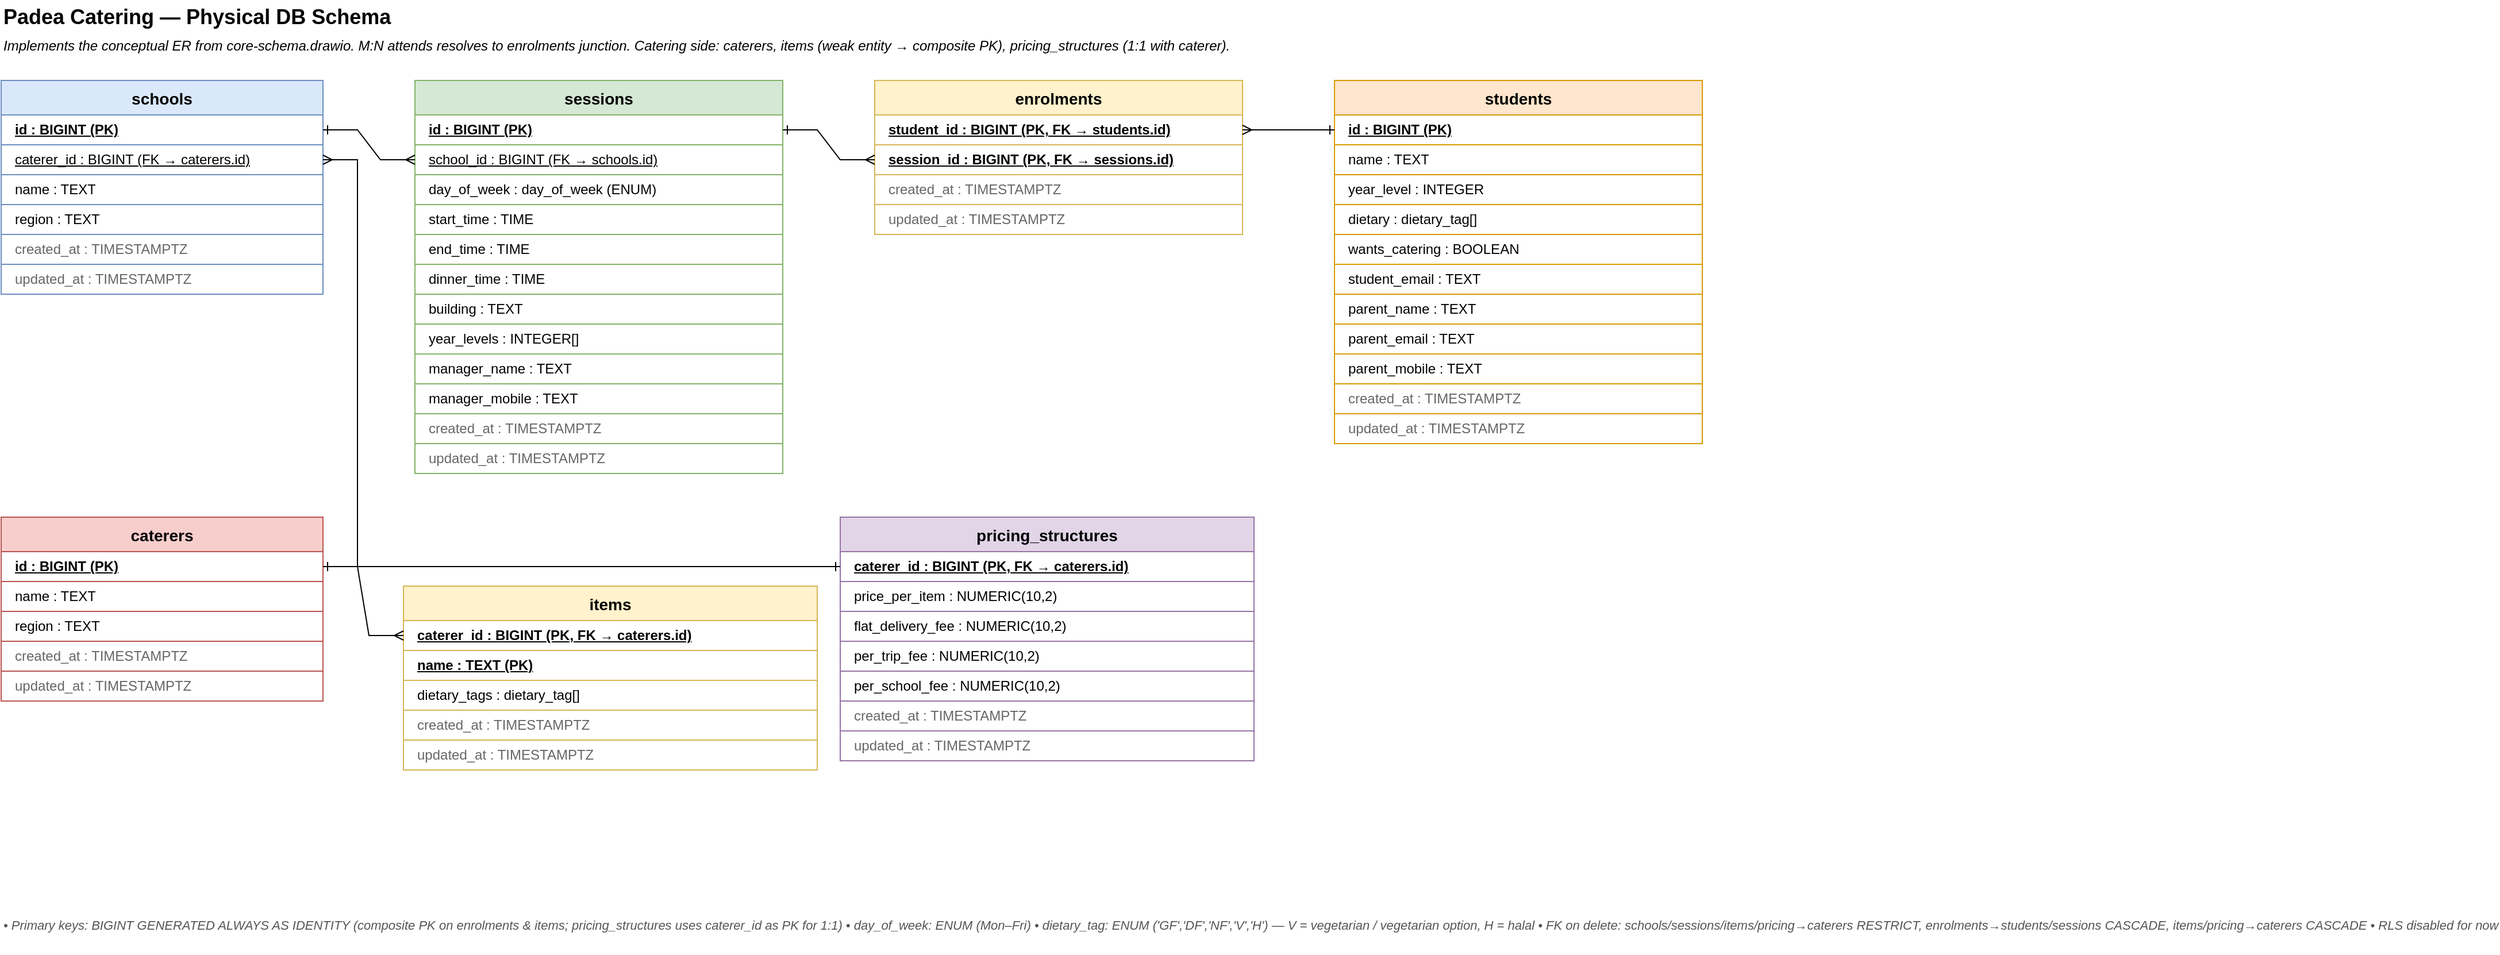
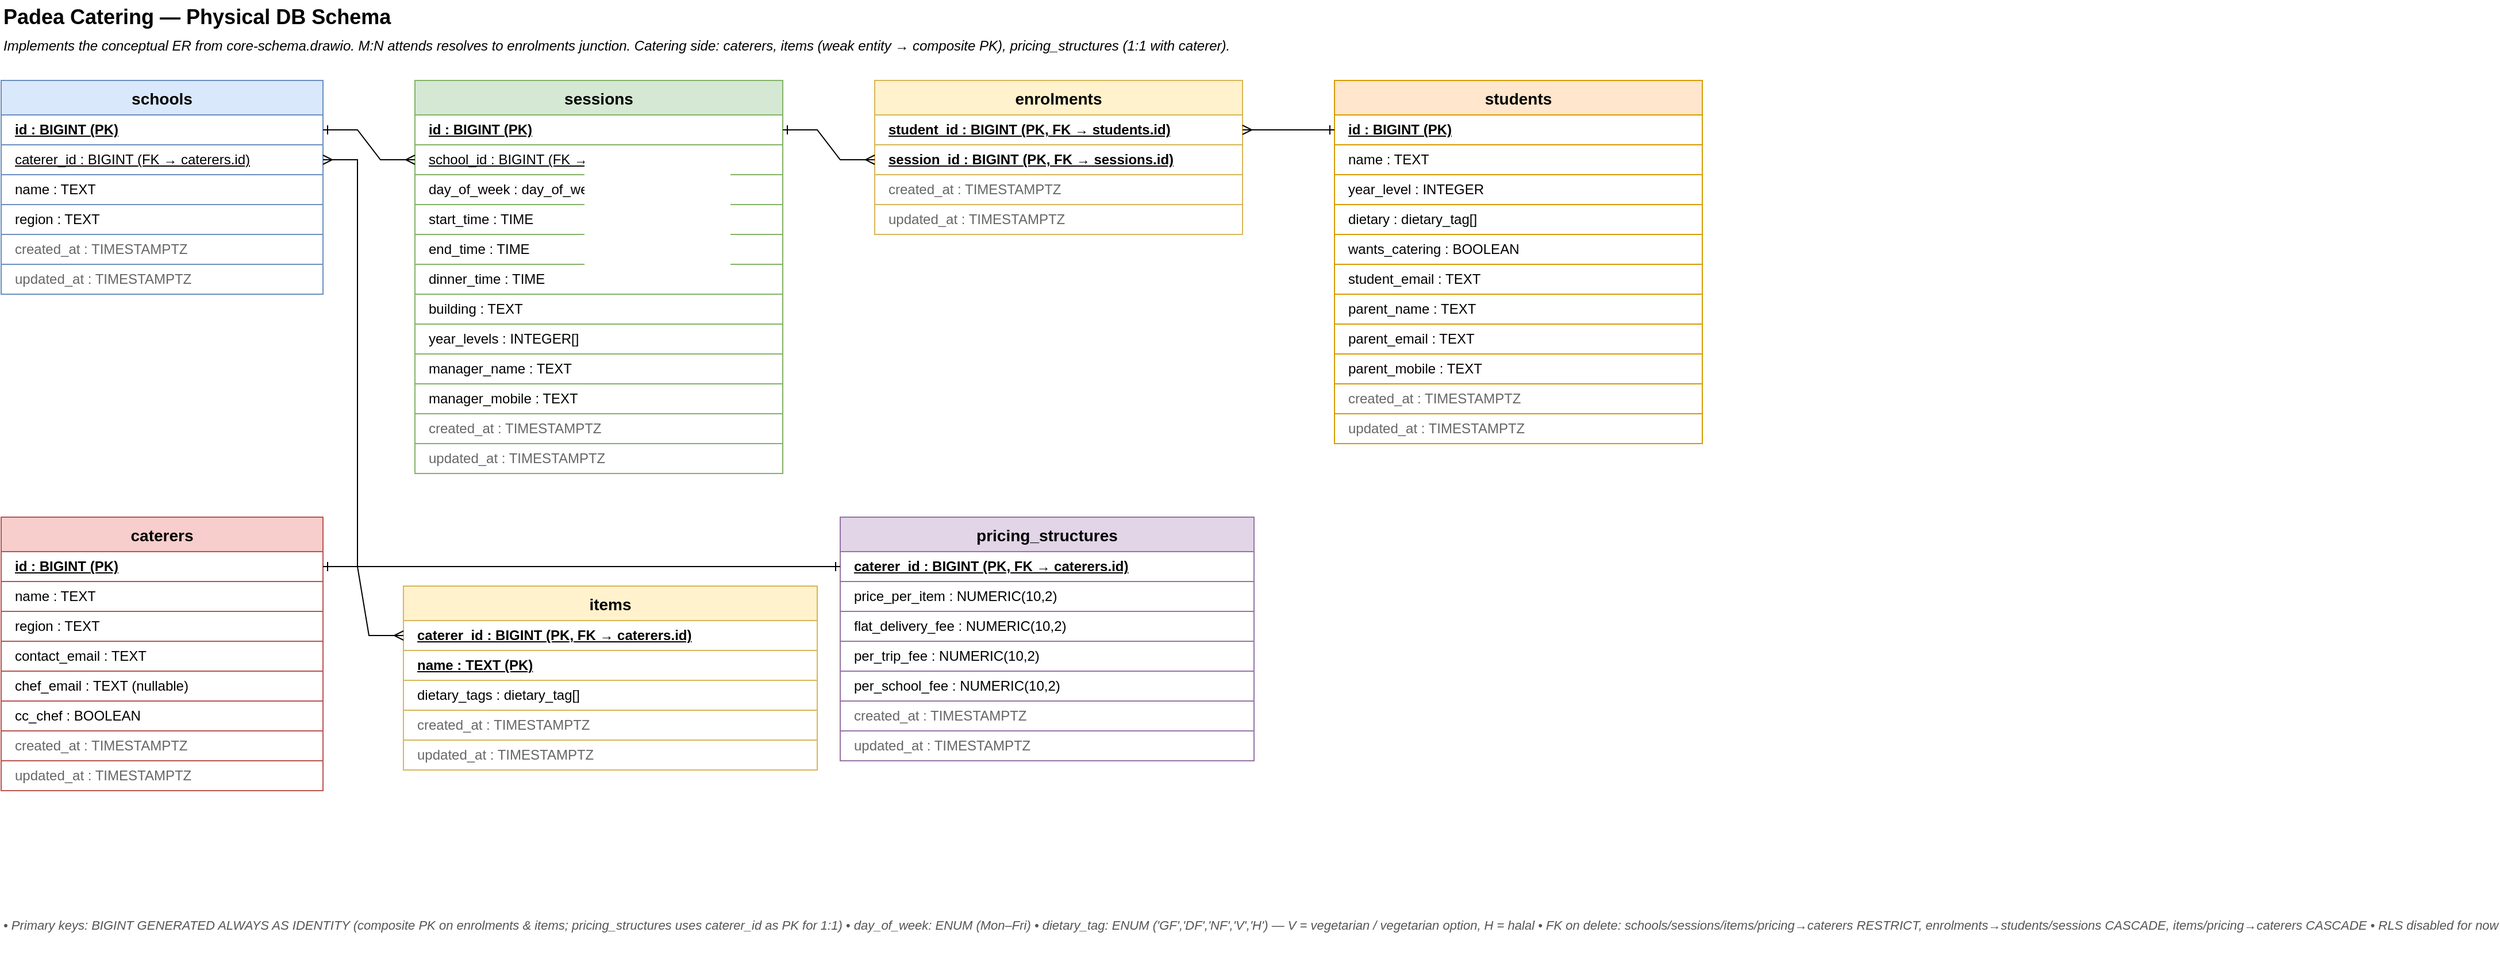
<mxfile host="65bd71144e">
    <diagram name="DB Schema" id="db-schema">
        <mxGraphModel dx="1240" dy="691" grid="1" gridSize="10" guides="1" tooltips="1" connect="1" arrows="1" fold="1" page="1" pageScale="1" pageWidth="1700" pageHeight="900" math="0" shadow="0">
            <root>
                <mxCell id="0"/>
                <mxCell id="1" parent="0"/>
                <mxCell id="title" value="Padea Catering — Physical DB Schema" style="text;html=1;align=left;verticalAlign=middle;fontSize=18;fontStyle=1;" parent="1" vertex="1">
                    <mxGeometry x="40" y="20" width="800" height="30" as="geometry"/>
                </mxCell>
                <mxCell id="subtitle" value="Implements the conceptual ER from core-schema.drawio. M:N attends resolves to enrolments junction. Catering side: caterers, items (weak entity → composite PK), pricing_structures (1:1 with caterer)." style="text;html=1;align=left;verticalAlign=middle;fontSize=12;fontStyle=2;" parent="1" vertex="1">
                    <mxGeometry x="40" y="50" width="1500" height="20" as="geometry"/>
                </mxCell>
                <mxCell id="schools" value="schools" style="shape=table;startSize=30;container=1;collapsible=0;childLayout=tableLayout;fontSize=14;fontStyle=1;fillColor=#dae8fc;strokeColor=#6c8ebf;" parent="1" vertex="1">
                    <mxGeometry x="40" y="90" width="280" height="186" as="geometry"/>
                </mxCell>
                <mxCell id="schools-r1" value="" style="shape=tableRow;horizontal=0;startSize=0;swimlaneHead=0;swimlaneBody=0;strokeColor=inherit;top=0;left=0;bottom=0;right=0;collapsible=0;dropTarget=0;fillColor=none;points=[[0,0.5],[1,0.5]];portConstraint=eastwest;fontSize=12;" parent="schools" vertex="1">
                    <mxGeometry y="30" width="280" height="26" as="geometry"/>
                </mxCell>
                <mxCell id="schools-r1-c" value="id : BIGINT  (PK)" style="shape=partialRectangle;html=1;whiteSpace=wrap;connectable=0;strokeColor=inherit;overflow=hidden;fillColor=none;top=0;left=0;bottom=0;right=0;pointerEvents=1;fontStyle=5;align=left;spacingLeft=10;" parent="schools-r1" vertex="1">
                    <mxGeometry width="280" height="26" as="geometry"/>
                </mxCell>
                <mxCell id="schools-r-cat" value="" style="shape=tableRow;horizontal=0;startSize=0;swimlaneHead=0;swimlaneBody=0;strokeColor=inherit;top=0;left=0;bottom=0;right=0;collapsible=0;dropTarget=0;fillColor=none;points=[[0,0.5],[1,0.5]];portConstraint=eastwest;fontSize=12;" parent="schools" vertex="1">
                    <mxGeometry y="56" width="280" height="26" as="geometry"/>
                </mxCell>
                <mxCell id="schools-r-cat-c" value="caterer_id : BIGINT  (FK → caterers.id)" style="shape=partialRectangle;html=1;whiteSpace=wrap;connectable=0;strokeColor=inherit;overflow=hidden;fillColor=none;top=0;left=0;bottom=0;right=0;pointerEvents=1;fontStyle=4;align=left;spacingLeft=10;" parent="schools-r-cat" vertex="1">
                    <mxGeometry width="280" height="26" as="geometry"/>
                </mxCell>
                <mxCell id="schools-r2" value="" style="shape=tableRow;horizontal=0;startSize=0;swimlaneHead=0;swimlaneBody=0;strokeColor=inherit;top=0;left=0;bottom=0;right=0;collapsible=0;dropTarget=0;fillColor=none;points=[[0,0.5],[1,0.5]];portConstraint=eastwest;fontSize=12;" parent="schools" vertex="1">
                    <mxGeometry y="82" width="280" height="26" as="geometry"/>
                </mxCell>
                <mxCell id="schools-r2-c" value="name : TEXT" style="shape=partialRectangle;html=1;whiteSpace=wrap;connectable=0;strokeColor=inherit;overflow=hidden;fillColor=none;top=0;left=0;bottom=0;right=0;pointerEvents=1;align=left;spacingLeft=10;" parent="schools-r2" vertex="1">
                    <mxGeometry width="280" height="26" as="geometry"/>
                </mxCell>
                <mxCell id="schools-r3" value="" style="shape=tableRow;horizontal=0;startSize=0;swimlaneHead=0;swimlaneBody=0;strokeColor=inherit;top=0;left=0;bottom=0;right=0;collapsible=0;dropTarget=0;fillColor=none;points=[[0,0.5],[1,0.5]];portConstraint=eastwest;fontSize=12;" parent="schools" vertex="1">
                    <mxGeometry y="108" width="280" height="26" as="geometry"/>
                </mxCell>
                <mxCell id="schools-r3-c" value="region : TEXT" style="shape=partialRectangle;html=1;whiteSpace=wrap;connectable=0;strokeColor=inherit;overflow=hidden;fillColor=none;top=0;left=0;bottom=0;right=0;pointerEvents=1;align=left;spacingLeft=10;" parent="schools-r3" vertex="1">
                    <mxGeometry width="280" height="26" as="geometry"/>
                </mxCell>
                <mxCell id="schools-r4" value="" style="shape=tableRow;horizontal=0;startSize=0;swimlaneHead=0;swimlaneBody=0;strokeColor=inherit;top=0;left=0;bottom=0;right=0;collapsible=0;dropTarget=0;fillColor=none;points=[[0,0.5],[1,0.5]];portConstraint=eastwest;fontSize=12;" parent="schools" vertex="1">
                    <mxGeometry y="134" width="280" height="26" as="geometry"/>
                </mxCell>
                <mxCell id="schools-r4-c" value="created_at : TIMESTAMPTZ" style="shape=partialRectangle;html=1;whiteSpace=wrap;connectable=0;strokeColor=inherit;overflow=hidden;fillColor=none;top=0;left=0;bottom=0;right=0;pointerEvents=1;align=left;spacingLeft=10;fontColor=#666666;" parent="schools-r4" vertex="1">
                    <mxGeometry width="280" height="26" as="geometry"/>
                </mxCell>
                <mxCell id="schools-r5" value="" style="shape=tableRow;horizontal=0;startSize=0;swimlaneHead=0;swimlaneBody=0;strokeColor=inherit;top=0;left=0;bottom=0;right=0;collapsible=0;dropTarget=0;fillColor=none;points=[[0,0.5],[1,0.5]];portConstraint=eastwest;fontSize=12;" parent="schools" vertex="1">
                    <mxGeometry y="160" width="280" height="26" as="geometry"/>
                </mxCell>
                <mxCell id="schools-r5-c" value="updated_at : TIMESTAMPTZ" style="shape=partialRectangle;html=1;whiteSpace=wrap;connectable=0;strokeColor=inherit;overflow=hidden;fillColor=none;top=0;left=0;bottom=0;right=0;pointerEvents=1;align=left;spacingLeft=10;fontColor=#666666;" parent="schools-r5" vertex="1">
                    <mxGeometry width="280" height="26" as="geometry"/>
                </mxCell>
                <mxCell id="sessions" value="sessions" style="shape=table;startSize=30;container=1;collapsible=0;childLayout=tableLayout;fontSize=14;fontStyle=1;fillColor=#d5e8d4;strokeColor=#82b366;" parent="1" vertex="1">
                    <mxGeometry x="400" y="90" width="320" height="342" as="geometry"/>
                </mxCell>
                <mxCell id="sessions-r1" value="" style="shape=tableRow;horizontal=0;startSize=0;swimlaneHead=0;swimlaneBody=0;strokeColor=inherit;top=0;left=0;bottom=0;right=0;collapsible=0;dropTarget=0;fillColor=none;points=[[0,0.5],[1,0.5]];portConstraint=eastwest;fontSize=12;" parent="sessions" vertex="1">
                    <mxGeometry y="30" width="320" height="26" as="geometry"/>
                </mxCell>
                <mxCell id="sessions-r1-c" value="id : BIGINT  (PK)" style="shape=partialRectangle;html=1;whiteSpace=wrap;connectable=0;strokeColor=inherit;overflow=hidden;fillColor=none;top=0;left=0;bottom=0;right=0;pointerEvents=1;fontStyle=5;align=left;spacingLeft=10;" parent="sessions-r1" vertex="1">
                    <mxGeometry width="320" height="26" as="geometry"/>
                </mxCell>
                <mxCell id="sessions-r2" value="" style="shape=tableRow;horizontal=0;startSize=0;swimlaneHead=0;swimlaneBody=0;strokeColor=inherit;top=0;left=0;bottom=0;right=0;collapsible=0;dropTarget=0;fillColor=none;points=[[0,0.5],[1,0.5]];portConstraint=eastwest;fontSize=12;" parent="sessions" vertex="1">
                    <mxGeometry y="56" width="320" height="26" as="geometry"/>
                </mxCell>
                <mxCell id="sessions-r2-c" value="school_id : BIGINT  (FK → schools.id)" style="shape=partialRectangle;html=1;whiteSpace=wrap;connectable=0;strokeColor=inherit;overflow=hidden;fillColor=none;top=0;left=0;bottom=0;right=0;pointerEvents=1;fontStyle=4;align=left;spacingLeft=10;" parent="sessions-r2" vertex="1">
                    <mxGeometry width="320" height="26" as="geometry"/>
                </mxCell>
                <mxCell id="sessions-r3" value="" style="shape=tableRow;horizontal=0;startSize=0;swimlaneHead=0;swimlaneBody=0;strokeColor=inherit;top=0;left=0;bottom=0;right=0;collapsible=0;dropTarget=0;fillColor=none;points=[[0,0.5],[1,0.5]];portConstraint=eastwest;fontSize=12;" parent="sessions" vertex="1">
                    <mxGeometry y="82" width="320" height="26" as="geometry"/>
                </mxCell>
                <mxCell id="sessions-r3-c" value="day_of_week : day_of_week (ENUM)" style="shape=partialRectangle;html=1;whiteSpace=wrap;connectable=0;strokeColor=inherit;overflow=hidden;fillColor=none;top=0;left=0;bottom=0;right=0;pointerEvents=1;align=left;spacingLeft=10;" parent="sessions-r3" vertex="1">
                    <mxGeometry width="320" height="26" as="geometry"/>
                </mxCell>
                <mxCell id="sessions-r4" value="" style="shape=tableRow;horizontal=0;startSize=0;swimlaneHead=0;swimlaneBody=0;strokeColor=inherit;top=0;left=0;bottom=0;right=0;collapsible=0;dropTarget=0;fillColor=none;points=[[0,0.5],[1,0.5]];portConstraint=eastwest;fontSize=12;" parent="sessions" vertex="1">
                    <mxGeometry y="108" width="320" height="26" as="geometry"/>
                </mxCell>
                <mxCell id="sessions-r4-c" value="start_time : TIME" style="shape=partialRectangle;html=1;whiteSpace=wrap;connectable=0;strokeColor=inherit;overflow=hidden;fillColor=none;top=0;left=0;bottom=0;right=0;pointerEvents=1;align=left;spacingLeft=10;" parent="sessions-r4" vertex="1">
                    <mxGeometry width="320" height="26" as="geometry"/>
                </mxCell>
                <mxCell id="sessions-r5" value="" style="shape=tableRow;horizontal=0;startSize=0;swimlaneHead=0;swimlaneBody=0;strokeColor=inherit;top=0;left=0;bottom=0;right=0;collapsible=0;dropTarget=0;fillColor=none;points=[[0,0.5],[1,0.5]];portConstraint=eastwest;fontSize=12;" parent="sessions" vertex="1">
                    <mxGeometry y="134" width="320" height="26" as="geometry"/>
                </mxCell>
                <mxCell id="sessions-r5-c" value="end_time : TIME" style="shape=partialRectangle;html=1;whiteSpace=wrap;connectable=0;strokeColor=inherit;overflow=hidden;fillColor=none;top=0;left=0;bottom=0;right=0;pointerEvents=1;align=left;spacingLeft=10;" parent="sessions-r5" vertex="1">
                    <mxGeometry width="320" height="26" as="geometry"/>
                </mxCell>
                <mxCell id="sessions-r6" value="" style="shape=tableRow;horizontal=0;startSize=0;swimlaneHead=0;swimlaneBody=0;strokeColor=inherit;top=0;left=0;bottom=0;right=0;collapsible=0;dropTarget=0;fillColor=none;points=[[0,0.5],[1,0.5]];portConstraint=eastwest;fontSize=12;" parent="sessions" vertex="1">
                    <mxGeometry y="160" width="320" height="26" as="geometry"/>
                </mxCell>
                <mxCell id="sessions-r6-c" value="dinner_time : TIME" style="shape=partialRectangle;html=1;whiteSpace=wrap;connectable=0;strokeColor=inherit;overflow=hidden;fillColor=none;top=0;left=0;bottom=0;right=0;pointerEvents=1;align=left;spacingLeft=10;" parent="sessions-r6" vertex="1">
                    <mxGeometry width="320" height="26" as="geometry"/>
                </mxCell>
                <mxCell id="sessions-r7" value="" style="shape=tableRow;horizontal=0;startSize=0;swimlaneHead=0;swimlaneBody=0;strokeColor=inherit;top=0;left=0;bottom=0;right=0;collapsible=0;dropTarget=0;fillColor=none;points=[[0,0.5],[1,0.5]];portConstraint=eastwest;fontSize=12;" parent="sessions" vertex="1">
                    <mxGeometry y="186" width="320" height="26" as="geometry"/>
                </mxCell>
                <mxCell id="sessions-r7-c" value="building : TEXT" style="shape=partialRectangle;html=1;whiteSpace=wrap;connectable=0;strokeColor=inherit;overflow=hidden;fillColor=none;top=0;left=0;bottom=0;right=0;pointerEvents=1;align=left;spacingLeft=10;" parent="sessions-r7" vertex="1">
                    <mxGeometry width="320" height="26" as="geometry"/>
                </mxCell>
                <mxCell id="sessions-r8" value="" style="shape=tableRow;horizontal=0;startSize=0;swimlaneHead=0;swimlaneBody=0;strokeColor=inherit;top=0;left=0;bottom=0;right=0;collapsible=0;dropTarget=0;fillColor=none;points=[[0,0.5],[1,0.5]];portConstraint=eastwest;fontSize=12;" parent="sessions" vertex="1">
                    <mxGeometry y="212" width="320" height="26" as="geometry"/>
                </mxCell>
                <mxCell id="sessions-r8-c" value="year_levels : INTEGER[]" style="shape=partialRectangle;html=1;whiteSpace=wrap;connectable=0;strokeColor=inherit;overflow=hidden;fillColor=none;top=0;left=0;bottom=0;right=0;pointerEvents=1;align=left;spacingLeft=10;" parent="sessions-r8" vertex="1">
                    <mxGeometry width="320" height="26" as="geometry"/>
                </mxCell>
                <mxCell id="sessions-r9" value="" style="shape=tableRow;horizontal=0;startSize=0;swimlaneHead=0;swimlaneBody=0;strokeColor=inherit;top=0;left=0;bottom=0;right=0;collapsible=0;dropTarget=0;fillColor=none;points=[[0,0.5],[1,0.5]];portConstraint=eastwest;fontSize=12;" parent="sessions" vertex="1">
                    <mxGeometry y="238" width="320" height="26" as="geometry"/>
                </mxCell>
                <mxCell id="sessions-r9-c" value="manager_name : TEXT" style="shape=partialRectangle;html=1;whiteSpace=wrap;connectable=0;strokeColor=inherit;overflow=hidden;fillColor=none;top=0;left=0;bottom=0;right=0;pointerEvents=1;align=left;spacingLeft=10;" parent="sessions-r9" vertex="1">
                    <mxGeometry width="320" height="26" as="geometry"/>
                </mxCell>
                <mxCell id="sessions-r10" value="" style="shape=tableRow;horizontal=0;startSize=0;swimlaneHead=0;swimlaneBody=0;strokeColor=inherit;top=0;left=0;bottom=0;right=0;collapsible=0;dropTarget=0;fillColor=none;points=[[0,0.5],[1,0.5]];portConstraint=eastwest;fontSize=12;" parent="sessions" vertex="1">
                    <mxGeometry y="264" width="320" height="26" as="geometry"/>
                </mxCell>
                <mxCell id="sessions-r10-c" value="manager_mobile : TEXT" style="shape=partialRectangle;html=1;whiteSpace=wrap;connectable=0;strokeColor=inherit;overflow=hidden;fillColor=none;top=0;left=0;bottom=0;right=0;pointerEvents=1;align=left;spacingLeft=10;" parent="sessions-r10" vertex="1">
                    <mxGeometry width="320" height="26" as="geometry"/>
                </mxCell>
                <mxCell id="sessions-r11" value="" style="shape=tableRow;horizontal=0;startSize=0;swimlaneHead=0;swimlaneBody=0;strokeColor=inherit;top=0;left=0;bottom=0;right=0;collapsible=0;dropTarget=0;fillColor=none;points=[[0,0.5],[1,0.5]];portConstraint=eastwest;fontSize=12;" parent="sessions" vertex="1">
                    <mxGeometry y="290" width="320" height="26" as="geometry"/>
                </mxCell>
                <mxCell id="sessions-r11-c" value="created_at : TIMESTAMPTZ" style="shape=partialRectangle;html=1;whiteSpace=wrap;connectable=0;strokeColor=inherit;overflow=hidden;fillColor=none;top=0;left=0;bottom=0;right=0;pointerEvents=1;align=left;spacingLeft=10;fontColor=#666666;" parent="sessions-r11" vertex="1">
                    <mxGeometry width="320" height="26" as="geometry"/>
                </mxCell>
                <mxCell id="sessions-r12" value="" style="shape=tableRow;horizontal=0;startSize=0;swimlaneHead=0;swimlaneBody=0;strokeColor=inherit;top=0;left=0;bottom=0;right=0;collapsible=0;dropTarget=0;fillColor=none;points=[[0,0.5],[1,0.5]];portConstraint=eastwest;fontSize=12;" parent="sessions" vertex="1">
                    <mxGeometry y="316" width="320" height="26" as="geometry"/>
                </mxCell>
                <mxCell id="sessions-r12-c" value="updated_at : TIMESTAMPTZ" style="shape=partialRectangle;html=1;whiteSpace=wrap;connectable=0;strokeColor=inherit;overflow=hidden;fillColor=none;top=0;left=0;bottom=0;right=0;pointerEvents=1;align=left;spacingLeft=10;fontColor=#666666;" parent="sessions-r12" vertex="1">
                    <mxGeometry width="320" height="26" as="geometry"/>
                </mxCell>
                <mxCell id="enrolments" value="enrolments" style="shape=table;startSize=30;container=1;collapsible=0;childLayout=tableLayout;fontSize=14;fontStyle=1;fillColor=#fff2cc;strokeColor=#d6b656;" parent="1" vertex="1">
                    <mxGeometry x="800" y="90" width="320" height="134" as="geometry"/>
                </mxCell>
                <mxCell id="enrolments-r2" value="" style="shape=tableRow;horizontal=0;startSize=0;swimlaneHead=0;swimlaneBody=0;strokeColor=inherit;top=0;left=0;bottom=0;right=0;collapsible=0;dropTarget=0;fillColor=none;points=[[0,0.5],[1,0.5]];portConstraint=eastwest;fontSize=12;" parent="enrolments" vertex="1">
                    <mxGeometry y="30" width="320" height="26" as="geometry"/>
                </mxCell>
                <mxCell id="enrolments-r2-c" value="student_id : BIGINT  (PK, FK → students.id)" style="shape=partialRectangle;html=1;whiteSpace=wrap;connectable=0;strokeColor=inherit;overflow=hidden;fillColor=none;top=0;left=0;bottom=0;right=0;pointerEvents=1;fontStyle=5;align=left;spacingLeft=10;" parent="enrolments-r2" vertex="1">
                    <mxGeometry width="320" height="26" as="geometry"/>
                </mxCell>
                <mxCell id="enrolments-r3" value="" style="shape=tableRow;horizontal=0;startSize=0;swimlaneHead=0;swimlaneBody=0;strokeColor=inherit;top=0;left=0;bottom=0;right=0;collapsible=0;dropTarget=0;fillColor=none;points=[[0,0.5],[1,0.5]];portConstraint=eastwest;fontSize=12;" parent="enrolments" vertex="1">
                    <mxGeometry y="56" width="320" height="26" as="geometry"/>
                </mxCell>
                <mxCell id="enrolments-r3-c" value="session_id : BIGINT  (PK, FK → sessions.id)" style="shape=partialRectangle;html=1;whiteSpace=wrap;connectable=0;strokeColor=inherit;overflow=hidden;fillColor=none;top=0;left=0;bottom=0;right=0;pointerEvents=1;fontStyle=5;align=left;spacingLeft=10;" parent="enrolments-r3" vertex="1">
                    <mxGeometry width="320" height="26" as="geometry"/>
                </mxCell>
                <mxCell id="enrolments-r4" value="" style="shape=tableRow;horizontal=0;startSize=0;swimlaneHead=0;swimlaneBody=0;strokeColor=inherit;top=0;left=0;bottom=0;right=0;collapsible=0;dropTarget=0;fillColor=none;points=[[0,0.5],[1,0.5]];portConstraint=eastwest;fontSize=12;" parent="enrolments" vertex="1">
                    <mxGeometry y="82" width="320" height="26" as="geometry"/>
                </mxCell>
                <mxCell id="enrolments-r4-c" value="created_at : TIMESTAMPTZ" style="shape=partialRectangle;html=1;whiteSpace=wrap;connectable=0;strokeColor=inherit;overflow=hidden;fillColor=none;top=0;left=0;bottom=0;right=0;pointerEvents=1;align=left;spacingLeft=10;fontColor=#666666;" parent="enrolments-r4" vertex="1">
                    <mxGeometry width="320" height="26" as="geometry"/>
                </mxCell>
                <mxCell id="enrolments-r5" value="" style="shape=tableRow;horizontal=0;startSize=0;swimlaneHead=0;swimlaneBody=0;strokeColor=inherit;top=0;left=0;bottom=0;right=0;collapsible=0;dropTarget=0;fillColor=none;points=[[0,0.5],[1,0.5]];portConstraint=eastwest;fontSize=12;" parent="enrolments" vertex="1">
                    <mxGeometry y="108" width="320" height="26" as="geometry"/>
                </mxCell>
                <mxCell id="enrolments-r5-c" value="updated_at : TIMESTAMPTZ" style="shape=partialRectangle;html=1;whiteSpace=wrap;connectable=0;strokeColor=inherit;overflow=hidden;fillColor=none;top=0;left=0;bottom=0;right=0;pointerEvents=1;align=left;spacingLeft=10;fontColor=#666666;" parent="enrolments-r5" vertex="1">
                    <mxGeometry width="320" height="26" as="geometry"/>
                </mxCell>
                <mxCell id="students" value="students" style="shape=table;startSize=30;container=1;collapsible=0;childLayout=tableLayout;fontSize=14;fontStyle=1;fillColor=#ffe6cc;strokeColor=#d79b00;" parent="1" vertex="1">
                    <mxGeometry x="1200" y="90" width="320" height="316" as="geometry"/>
                </mxCell>
                <mxCell id="students-r1" value="" style="shape=tableRow;horizontal=0;startSize=0;swimlaneHead=0;swimlaneBody=0;strokeColor=inherit;top=0;left=0;bottom=0;right=0;collapsible=0;dropTarget=0;fillColor=none;points=[[0,0.5],[1,0.5]];portConstraint=eastwest;fontSize=12;" parent="students" vertex="1">
                    <mxGeometry y="30" width="320" height="26" as="geometry"/>
                </mxCell>
                <mxCell id="students-r1-c" value="id : BIGINT  (PK)" style="shape=partialRectangle;html=1;whiteSpace=wrap;connectable=0;strokeColor=inherit;overflow=hidden;fillColor=none;top=0;left=0;bottom=0;right=0;pointerEvents=1;fontStyle=5;align=left;spacingLeft=10;" parent="students-r1" vertex="1">
                    <mxGeometry width="320" height="26" as="geometry"/>
                </mxCell>
                <mxCell id="students-r2" value="" style="shape=tableRow;horizontal=0;startSize=0;swimlaneHead=0;swimlaneBody=0;strokeColor=inherit;top=0;left=0;bottom=0;right=0;collapsible=0;dropTarget=0;fillColor=none;points=[[0,0.5],[1,0.5]];portConstraint=eastwest;fontSize=12;" parent="students" vertex="1">
                    <mxGeometry y="56" width="320" height="26" as="geometry"/>
                </mxCell>
                <mxCell id="students-r2-c" value="name : TEXT" style="shape=partialRectangle;html=1;whiteSpace=wrap;connectable=0;strokeColor=inherit;overflow=hidden;fillColor=none;top=0;left=0;bottom=0;right=0;pointerEvents=1;align=left;spacingLeft=10;" parent="students-r2" vertex="1">
                    <mxGeometry width="320" height="26" as="geometry"/>
                </mxCell>
                <mxCell id="students-r3" value="" style="shape=tableRow;horizontal=0;startSize=0;swimlaneHead=0;swimlaneBody=0;strokeColor=inherit;top=0;left=0;bottom=0;right=0;collapsible=0;dropTarget=0;fillColor=none;points=[[0,0.5],[1,0.5]];portConstraint=eastwest;fontSize=12;" parent="students" vertex="1">
                    <mxGeometry y="82" width="320" height="26" as="geometry"/>
                </mxCell>
                <mxCell id="students-r3-c" value="year_level : INTEGER" style="shape=partialRectangle;html=1;whiteSpace=wrap;connectable=0;strokeColor=inherit;overflow=hidden;fillColor=none;top=0;left=0;bottom=0;right=0;pointerEvents=1;align=left;spacingLeft=10;" parent="students-r3" vertex="1">
                    <mxGeometry width="320" height="26" as="geometry"/>
                </mxCell>
                <mxCell id="students-r4" value="" style="shape=tableRow;horizontal=0;startSize=0;swimlaneHead=0;swimlaneBody=0;strokeColor=inherit;top=0;left=0;bottom=0;right=0;collapsible=0;dropTarget=0;fillColor=none;points=[[0,0.5],[1,0.5]];portConstraint=eastwest;fontSize=12;" parent="students" vertex="1">
                    <mxGeometry y="108" width="320" height="26" as="geometry"/>
                </mxCell>
                <mxCell id="students-r4-c" value="dietary : dietary_tag[]" style="shape=partialRectangle;html=1;whiteSpace=wrap;connectable=0;strokeColor=inherit;overflow=hidden;fillColor=none;top=0;left=0;bottom=0;right=0;pointerEvents=1;align=left;spacingLeft=10;" parent="students-r4" vertex="1">
                    <mxGeometry width="320" height="26" as="geometry"/>
                </mxCell>
                <mxCell id="students-r-wc" value="" style="shape=tableRow;horizontal=0;startSize=0;swimlaneHead=0;swimlaneBody=0;strokeColor=inherit;top=0;left=0;bottom=0;right=0;collapsible=0;dropTarget=0;fillColor=none;points=[[0,0.5],[1,0.5]];portConstraint=eastwest;fontSize=12;" parent="students" vertex="1">
                    <mxGeometry y="134" width="320" height="26" as="geometry"/>
                </mxCell>
                <mxCell id="students-r-wc-c" value="wants_catering : BOOLEAN" style="shape=partialRectangle;html=1;whiteSpace=wrap;connectable=0;strokeColor=inherit;overflow=hidden;fillColor=none;top=0;left=0;bottom=0;right=0;pointerEvents=1;align=left;spacingLeft=10;" parent="students-r-wc" vertex="1">
                    <mxGeometry width="320" height="26" as="geometry"/>
                </mxCell>
                <mxCell id="students-r5" value="" style="shape=tableRow;horizontal=0;startSize=0;swimlaneHead=0;swimlaneBody=0;strokeColor=inherit;top=0;left=0;bottom=0;right=0;collapsible=0;dropTarget=0;fillColor=none;points=[[0,0.5],[1,0.5]];portConstraint=eastwest;fontSize=12;" parent="students" vertex="1">
                    <mxGeometry y="160" width="320" height="26" as="geometry"/>
                </mxCell>
                <mxCell id="students-r5-c" value="student_email : TEXT" style="shape=partialRectangle;html=1;whiteSpace=wrap;connectable=0;strokeColor=inherit;overflow=hidden;fillColor=none;top=0;left=0;bottom=0;right=0;pointerEvents=1;align=left;spacingLeft=10;" parent="students-r5" vertex="1">
                    <mxGeometry width="320" height="26" as="geometry"/>
                </mxCell>
                <mxCell id="students-r6" value="" style="shape=tableRow;horizontal=0;startSize=0;swimlaneHead=0;swimlaneBody=0;strokeColor=inherit;top=0;left=0;bottom=0;right=0;collapsible=0;dropTarget=0;fillColor=none;points=[[0,0.5],[1,0.5]];portConstraint=eastwest;fontSize=12;" parent="students" vertex="1">
                    <mxGeometry y="186" width="320" height="26" as="geometry"/>
                </mxCell>
                <mxCell id="students-r6-c" value="parent_name : TEXT" style="shape=partialRectangle;html=1;whiteSpace=wrap;connectable=0;strokeColor=inherit;overflow=hidden;fillColor=none;top=0;left=0;bottom=0;right=0;pointerEvents=1;align=left;spacingLeft=10;" parent="students-r6" vertex="1">
                    <mxGeometry width="320" height="26" as="geometry"/>
                </mxCell>
                <mxCell id="students-r7" value="" style="shape=tableRow;horizontal=0;startSize=0;swimlaneHead=0;swimlaneBody=0;strokeColor=inherit;top=0;left=0;bottom=0;right=0;collapsible=0;dropTarget=0;fillColor=none;points=[[0,0.5],[1,0.5]];portConstraint=eastwest;fontSize=12;" parent="students" vertex="1">
                    <mxGeometry y="212" width="320" height="26" as="geometry"/>
                </mxCell>
                <mxCell id="students-r7-c" value="parent_email : TEXT" style="shape=partialRectangle;html=1;whiteSpace=wrap;connectable=0;strokeColor=inherit;overflow=hidden;fillColor=none;top=0;left=0;bottom=0;right=0;pointerEvents=1;align=left;spacingLeft=10;" parent="students-r7" vertex="1">
                    <mxGeometry width="320" height="26" as="geometry"/>
                </mxCell>
                <mxCell id="students-r8" value="" style="shape=tableRow;horizontal=0;startSize=0;swimlaneHead=0;swimlaneBody=0;strokeColor=inherit;top=0;left=0;bottom=0;right=0;collapsible=0;dropTarget=0;fillColor=none;points=[[0,0.5],[1,0.5]];portConstraint=eastwest;fontSize=12;" parent="students" vertex="1">
                    <mxGeometry y="238" width="320" height="26" as="geometry"/>
                </mxCell>
                <mxCell id="students-r8-c" value="parent_mobile : TEXT" style="shape=partialRectangle;html=1;whiteSpace=wrap;connectable=0;strokeColor=inherit;overflow=hidden;fillColor=none;top=0;left=0;bottom=0;right=0;pointerEvents=1;align=left;spacingLeft=10;" parent="students-r8" vertex="1">
                    <mxGeometry width="320" height="26" as="geometry"/>
                </mxCell>
                <mxCell id="students-r9" value="" style="shape=tableRow;horizontal=0;startSize=0;swimlaneHead=0;swimlaneBody=0;strokeColor=inherit;top=0;left=0;bottom=0;right=0;collapsible=0;dropTarget=0;fillColor=none;points=[[0,0.5],[1,0.5]];portConstraint=eastwest;fontSize=12;" parent="students" vertex="1">
                    <mxGeometry y="264" width="320" height="26" as="geometry"/>
                </mxCell>
                <mxCell id="students-r9-c" value="created_at : TIMESTAMPTZ" style="shape=partialRectangle;html=1;whiteSpace=wrap;connectable=0;strokeColor=inherit;overflow=hidden;fillColor=none;top=0;left=0;bottom=0;right=0;pointerEvents=1;align=left;spacingLeft=10;fontColor=#666666;" parent="students-r9" vertex="1">
                    <mxGeometry width="320" height="26" as="geometry"/>
                </mxCell>
                <mxCell id="students-r10" value="" style="shape=tableRow;horizontal=0;startSize=0;swimlaneHead=0;swimlaneBody=0;strokeColor=inherit;top=0;left=0;bottom=0;right=0;collapsible=0;dropTarget=0;fillColor=none;points=[[0,0.5],[1,0.5]];portConstraint=eastwest;fontSize=12;" parent="students" vertex="1">
                    <mxGeometry y="290" width="320" height="26" as="geometry"/>
                </mxCell>
                <mxCell id="students-r10-c" value="updated_at : TIMESTAMPTZ" style="shape=partialRectangle;html=1;whiteSpace=wrap;connectable=0;strokeColor=inherit;overflow=hidden;fillColor=none;top=0;left=0;bottom=0;right=0;pointerEvents=1;align=left;spacingLeft=10;fontColor=#666666;" parent="students-r10" vertex="1">
                    <mxGeometry width="320" height="26" as="geometry"/>
                </mxCell>
                <mxCell id="caterers" value="caterers" style="shape=table;startSize=30;container=1;collapsible=0;childLayout=tableLayout;fontSize=14;fontStyle=1;fillColor=#f8cecc;strokeColor=#b85450;" parent="1" vertex="1">
-                     <mxGeometry x="40" y="470" width="280" height="160" as="geometry"/>
+                     <mxGeometry x="40" y="470" width="280" height="238" as="geometry"/>
                </mxCell>
                <mxCell id="caterers-r1" value="" style="shape=tableRow;horizontal=0;startSize=0;swimlaneHead=0;swimlaneBody=0;strokeColor=inherit;top=0;left=0;bottom=0;right=0;collapsible=0;dropTarget=0;fillColor=none;points=[[0,0.5],[1,0.5]];portConstraint=eastwest;fontSize=12;" parent="caterers" vertex="1">
                    <mxGeometry y="30" width="280" height="26" as="geometry"/>
                </mxCell>
                <mxCell id="caterers-r1-c" value="id : BIGINT  (PK)" style="shape=partialRectangle;html=1;whiteSpace=wrap;connectable=0;strokeColor=inherit;overflow=hidden;fillColor=none;top=0;left=0;bottom=0;right=0;pointerEvents=1;fontStyle=5;align=left;spacingLeft=10;" parent="caterers-r1" vertex="1">
                    <mxGeometry width="280" height="26" as="geometry">
                        <mxRectangle width="280" height="26" as="alternateBounds"/>
                    </mxGeometry>
                </mxCell>
                <mxCell id="caterers-r2" value="" style="shape=tableRow;horizontal=0;startSize=0;swimlaneHead=0;swimlaneBody=0;strokeColor=inherit;top=0;left=0;bottom=0;right=0;collapsible=0;dropTarget=0;fillColor=none;points=[[0,0.5],[1,0.5]];portConstraint=eastwest;fontSize=12;" parent="caterers" vertex="1">
                    <mxGeometry y="56" width="280" height="26" as="geometry"/>
                </mxCell>
                <mxCell id="caterers-r2-c" value="name : TEXT" style="shape=partialRectangle;html=1;whiteSpace=wrap;connectable=0;strokeColor=inherit;overflow=hidden;fillColor=none;top=0;left=0;bottom=0;right=0;pointerEvents=1;align=left;spacingLeft=10;" parent="caterers-r2" vertex="1">
                    <mxGeometry width="280" height="26" as="geometry">
                        <mxRectangle width="280" height="26" as="alternateBounds"/>
                    </mxGeometry>
                </mxCell>
                <mxCell id="caterers-r3" value="" style="shape=tableRow;horizontal=0;startSize=0;swimlaneHead=0;swimlaneBody=0;strokeColor=inherit;top=0;left=0;bottom=0;right=0;collapsible=0;dropTarget=0;fillColor=none;points=[[0,0.5],[1,0.5]];portConstraint=eastwest;fontSize=12;" parent="caterers" vertex="1">
                    <mxGeometry y="82" width="280" height="26" as="geometry"/>
                </mxCell>
                <mxCell id="caterers-r3-c" value="region : TEXT" style="shape=partialRectangle;html=1;whiteSpace=wrap;connectable=0;strokeColor=inherit;overflow=hidden;fillColor=none;top=0;left=0;bottom=0;right=0;pointerEvents=1;align=left;spacingLeft=10;" parent="caterers-r3" vertex="1">
                    <mxGeometry width="280" height="26" as="geometry">
                        <mxRectangle width="280" height="26" as="alternateBounds"/>
                    </mxGeometry>
                </mxCell>
+                 <mxCell id="caterers-r-ce" value="" style="shape=tableRow;horizontal=0;startSize=0;swimlaneHead=0;swimlaneBody=0;strokeColor=inherit;top=0;left=0;bottom=0;right=0;collapsible=0;dropTarget=0;fillColor=none;points=[[0,0.5],[1,0.5]];portConstraint=eastwest;fontSize=12;" parent="caterers" vertex="1">
+                     <mxGeometry y="108" width="280" height="26" as="geometry"/>
+                 </mxCell>
+                 <mxCell id="caterers-r-ce-c" value="contact_email : TEXT" style="shape=partialRectangle;html=1;whiteSpace=wrap;connectable=0;strokeColor=inherit;overflow=hidden;fillColor=none;top=0;left=0;bottom=0;right=0;pointerEvents=1;align=left;spacingLeft=10;" parent="caterers-r-ce" vertex="1">
+                     <mxGeometry width="280" height="26" as="geometry">
+                         <mxRectangle width="280" height="26" as="alternateBounds"/>
+                     </mxGeometry>
+                 </mxCell>
+                 <mxCell id="caterers-r-che" value="" style="shape=tableRow;horizontal=0;startSize=0;swimlaneHead=0;swimlaneBody=0;strokeColor=inherit;top=0;left=0;bottom=0;right=0;collapsible=0;dropTarget=0;fillColor=none;points=[[0,0.5],[1,0.5]];portConstraint=eastwest;fontSize=12;" parent="caterers" vertex="1">
+                     <mxGeometry y="134" width="280" height="26" as="geometry"/>
+                 </mxCell>
+                 <mxCell id="caterers-r-che-c" value="chef_email : TEXT  (nullable)" style="shape=partialRectangle;html=1;whiteSpace=wrap;connectable=0;strokeColor=inherit;overflow=hidden;fillColor=none;top=0;left=0;bottom=0;right=0;pointerEvents=1;align=left;spacingLeft=10;" parent="caterers-r-che" vertex="1">
+                     <mxGeometry width="280" height="26" as="geometry">
+                         <mxRectangle width="280" height="26" as="alternateBounds"/>
+                     </mxGeometry>
+                 </mxCell>
+                 <mxCell id="caterers-r-cc" value="" style="shape=tableRow;horizontal=0;startSize=0;swimlaneHead=0;swimlaneBody=0;strokeColor=inherit;top=0;left=0;bottom=0;right=0;collapsible=0;dropTarget=0;fillColor=none;points=[[0,0.5],[1,0.5]];portConstraint=eastwest;fontSize=12;" parent="caterers" vertex="1">
+                     <mxGeometry y="160" width="280" height="26" as="geometry"/>
+                 </mxCell>
+                 <mxCell id="caterers-r-cc-c" value="cc_chef : BOOLEAN" style="shape=partialRectangle;html=1;whiteSpace=wrap;connectable=0;strokeColor=inherit;overflow=hidden;fillColor=none;top=0;left=0;bottom=0;right=0;pointerEvents=1;align=left;spacingLeft=10;" parent="caterers-r-cc" vertex="1">
+                     <mxGeometry width="280" height="26" as="geometry">
+                         <mxRectangle width="280" height="26" as="alternateBounds"/>
+                     </mxGeometry>
+                 </mxCell>
                <mxCell id="caterers-r4" value="" style="shape=tableRow;horizontal=0;startSize=0;swimlaneHead=0;swimlaneBody=0;strokeColor=inherit;top=0;left=0;bottom=0;right=0;collapsible=0;dropTarget=0;fillColor=none;points=[[0,0.5],[1,0.5]];portConstraint=eastwest;fontSize=12;" parent="caterers" vertex="1">
-                     <mxGeometry y="108" width="280" height="26" as="geometry"/>
+                     <mxGeometry y="186" width="280" height="26" as="geometry"/>
                </mxCell>
                <mxCell id="caterers-r4-c" value="created_at : TIMESTAMPTZ" style="shape=partialRectangle;html=1;whiteSpace=wrap;connectable=0;strokeColor=inherit;overflow=hidden;fillColor=none;top=0;left=0;bottom=0;right=0;pointerEvents=1;align=left;spacingLeft=10;fontColor=#666666;" parent="caterers-r4" vertex="1">
                    <mxGeometry width="280" height="26" as="geometry">
                        <mxRectangle width="280" height="26" as="alternateBounds"/>
                    </mxGeometry>
                </mxCell>
                <mxCell id="caterers-r5" value="" style="shape=tableRow;horizontal=0;startSize=0;swimlaneHead=0;swimlaneBody=0;strokeColor=inherit;top=0;left=0;bottom=0;right=0;collapsible=0;dropTarget=0;fillColor=none;points=[[0,0.5],[1,0.5]];portConstraint=eastwest;fontSize=12;" parent="caterers" vertex="1">
-                     <mxGeometry y="134" width="280" height="26" as="geometry"/>
+                     <mxGeometry y="212" width="280" height="26" as="geometry"/>
                </mxCell>
                <mxCell id="caterers-r5-c" value="updated_at : TIMESTAMPTZ" style="shape=partialRectangle;html=1;whiteSpace=wrap;connectable=0;strokeColor=inherit;overflow=hidden;fillColor=none;top=0;left=0;bottom=0;right=0;pointerEvents=1;align=left;spacingLeft=10;fontColor=#666666;" parent="caterers-r5" vertex="1">
                    <mxGeometry width="280" height="26" as="geometry">
                        <mxRectangle width="280" height="26" as="alternateBounds"/>
                    </mxGeometry>
                </mxCell>
                <mxCell id="items" value="items" style="shape=table;startSize=30;container=1;collapsible=0;childLayout=tableLayout;fontSize=14;fontStyle=1;fillColor=#fff2cc;strokeColor=#d6b656;" parent="1" vertex="1">
                    <mxGeometry x="390" y="530" width="360" height="160" as="geometry"/>
                </mxCell>
                <mxCell id="items-r1" value="" style="shape=tableRow;horizontal=0;startSize=0;swimlaneHead=0;swimlaneBody=0;strokeColor=inherit;top=0;left=0;bottom=0;right=0;collapsible=0;dropTarget=0;fillColor=none;points=[[0,0.5],[1,0.5]];portConstraint=eastwest;fontSize=12;" parent="items" vertex="1">
                    <mxGeometry y="30" width="360" height="26" as="geometry"/>
                </mxCell>
                <mxCell id="items-r1-c" value="caterer_id : BIGINT  (PK, FK → caterers.id)" style="shape=partialRectangle;html=1;whiteSpace=wrap;connectable=0;strokeColor=inherit;overflow=hidden;fillColor=none;top=0;left=0;bottom=0;right=0;pointerEvents=1;fontStyle=5;align=left;spacingLeft=10;" parent="items-r1" vertex="1">
                    <mxGeometry width="360" height="26" as="geometry">
                        <mxRectangle width="360" height="26" as="alternateBounds"/>
                    </mxGeometry>
                </mxCell>
                <mxCell id="items-r2" value="" style="shape=tableRow;horizontal=0;startSize=0;swimlaneHead=0;swimlaneBody=0;strokeColor=inherit;top=0;left=0;bottom=0;right=0;collapsible=0;dropTarget=0;fillColor=none;points=[[0,0.5],[1,0.5]];portConstraint=eastwest;fontSize=12;" parent="items" vertex="1">
                    <mxGeometry y="56" width="360" height="26" as="geometry"/>
                </mxCell>
                <mxCell id="items-r2-c" value="name : TEXT  (PK)" style="shape=partialRectangle;html=1;whiteSpace=wrap;connectable=0;strokeColor=inherit;overflow=hidden;fillColor=none;top=0;left=0;bottom=0;right=0;pointerEvents=1;fontStyle=5;align=left;spacingLeft=10;" parent="items-r2" vertex="1">
                    <mxGeometry width="360" height="26" as="geometry">
                        <mxRectangle width="360" height="26" as="alternateBounds"/>
                    </mxGeometry>
                </mxCell>
                <mxCell id="items-r3" value="" style="shape=tableRow;horizontal=0;startSize=0;swimlaneHead=0;swimlaneBody=0;strokeColor=inherit;top=0;left=0;bottom=0;right=0;collapsible=0;dropTarget=0;fillColor=none;points=[[0,0.5],[1,0.5]];portConstraint=eastwest;fontSize=12;" parent="items" vertex="1">
                    <mxGeometry y="82" width="360" height="26" as="geometry"/>
                </mxCell>
                <mxCell id="items-r3-c" value="dietary_tags : dietary_tag[]" style="shape=partialRectangle;html=1;whiteSpace=wrap;connectable=0;strokeColor=inherit;overflow=hidden;fillColor=none;top=0;left=0;bottom=0;right=0;pointerEvents=1;align=left;spacingLeft=10;" parent="items-r3" vertex="1">
                    <mxGeometry width="360" height="26" as="geometry">
                        <mxRectangle width="360" height="26" as="alternateBounds"/>
                    </mxGeometry>
                </mxCell>
                <mxCell id="items-r4" value="" style="shape=tableRow;horizontal=0;startSize=0;swimlaneHead=0;swimlaneBody=0;strokeColor=inherit;top=0;left=0;bottom=0;right=0;collapsible=0;dropTarget=0;fillColor=none;points=[[0,0.5],[1,0.5]];portConstraint=eastwest;fontSize=12;" parent="items" vertex="1">
                    <mxGeometry y="108" width="360" height="26" as="geometry"/>
                </mxCell>
                <mxCell id="items-r4-c" value="created_at : TIMESTAMPTZ" style="shape=partialRectangle;html=1;whiteSpace=wrap;connectable=0;strokeColor=inherit;overflow=hidden;fillColor=none;top=0;left=0;bottom=0;right=0;pointerEvents=1;align=left;spacingLeft=10;fontColor=#666666;" parent="items-r4" vertex="1">
                    <mxGeometry width="360" height="26" as="geometry">
                        <mxRectangle width="360" height="26" as="alternateBounds"/>
                    </mxGeometry>
                </mxCell>
                <mxCell id="items-r5" value="" style="shape=tableRow;horizontal=0;startSize=0;swimlaneHead=0;swimlaneBody=0;strokeColor=inherit;top=0;left=0;bottom=0;right=0;collapsible=0;dropTarget=0;fillColor=none;points=[[0,0.5],[1,0.5]];portConstraint=eastwest;fontSize=12;" parent="items" vertex="1">
                    <mxGeometry y="134" width="360" height="26" as="geometry"/>
                </mxCell>
                <mxCell id="items-r5-c" value="updated_at : TIMESTAMPTZ" style="shape=partialRectangle;html=1;whiteSpace=wrap;connectable=0;strokeColor=inherit;overflow=hidden;fillColor=none;top=0;left=0;bottom=0;right=0;pointerEvents=1;align=left;spacingLeft=10;fontColor=#666666;" parent="items-r5" vertex="1">
                    <mxGeometry width="360" height="26" as="geometry">
                        <mxRectangle width="360" height="26" as="alternateBounds"/>
                    </mxGeometry>
                </mxCell>
                <mxCell id="pricing" value="pricing_structures" style="shape=table;startSize=30;container=1;collapsible=0;childLayout=tableLayout;fontSize=14;fontStyle=1;fillColor=#e1d5e7;strokeColor=#9673a6;" parent="1" vertex="1">
                    <mxGeometry x="770" y="470" width="360" height="212" as="geometry"/>
                </mxCell>
                <mxCell id="pricing-r1" value="" style="shape=tableRow;horizontal=0;startSize=0;swimlaneHead=0;swimlaneBody=0;strokeColor=inherit;top=0;left=0;bottom=0;right=0;collapsible=0;dropTarget=0;fillColor=none;points=[[0,0.5],[1,0.5]];portConstraint=eastwest;fontSize=12;" parent="pricing" vertex="1">
                    <mxGeometry y="30" width="360" height="26" as="geometry"/>
                </mxCell>
                <mxCell id="pricing-r1-c" value="caterer_id : BIGINT  (PK, FK → caterers.id)" style="shape=partialRectangle;html=1;whiteSpace=wrap;connectable=0;strokeColor=inherit;overflow=hidden;fillColor=none;top=0;left=0;bottom=0;right=0;pointerEvents=1;fontStyle=5;align=left;spacingLeft=10;" parent="pricing-r1" vertex="1">
                    <mxGeometry width="360" height="26" as="geometry">
                        <mxRectangle width="360" height="26" as="alternateBounds"/>
                    </mxGeometry>
                </mxCell>
                <mxCell id="pricing-r2" value="" style="shape=tableRow;horizontal=0;startSize=0;swimlaneHead=0;swimlaneBody=0;strokeColor=inherit;top=0;left=0;bottom=0;right=0;collapsible=0;dropTarget=0;fillColor=none;points=[[0,0.5],[1,0.5]];portConstraint=eastwest;fontSize=12;" parent="pricing" vertex="1">
                    <mxGeometry y="56" width="360" height="26" as="geometry"/>
                </mxCell>
                <mxCell id="pricing-r2-c" value="price_per_item : NUMERIC(10,2)" style="shape=partialRectangle;html=1;whiteSpace=wrap;connectable=0;strokeColor=inherit;overflow=hidden;fillColor=none;top=0;left=0;bottom=0;right=0;pointerEvents=1;align=left;spacingLeft=10;" parent="pricing-r2" vertex="1">
                    <mxGeometry width="360" height="26" as="geometry">
                        <mxRectangle width="360" height="26" as="alternateBounds"/>
                    </mxGeometry>
                </mxCell>
                <mxCell id="pricing-r3" value="" style="shape=tableRow;horizontal=0;startSize=0;swimlaneHead=0;swimlaneBody=0;strokeColor=inherit;top=0;left=0;bottom=0;right=0;collapsible=0;dropTarget=0;fillColor=none;points=[[0,0.5],[1,0.5]];portConstraint=eastwest;fontSize=12;" parent="pricing" vertex="1">
                    <mxGeometry y="82" width="360" height="26" as="geometry"/>
                </mxCell>
                <mxCell id="pricing-r3-c" value="flat_delivery_fee : NUMERIC(10,2)" style="shape=partialRectangle;html=1;whiteSpace=wrap;connectable=0;strokeColor=inherit;overflow=hidden;fillColor=none;top=0;left=0;bottom=0;right=0;pointerEvents=1;align=left;spacingLeft=10;" parent="pricing-r3" vertex="1">
                    <mxGeometry width="360" height="26" as="geometry">
                        <mxRectangle width="360" height="26" as="alternateBounds"/>
                    </mxGeometry>
                </mxCell>
                <mxCell id="pricing-r4" value="" style="shape=tableRow;horizontal=0;startSize=0;swimlaneHead=0;swimlaneBody=0;strokeColor=inherit;top=0;left=0;bottom=0;right=0;collapsible=0;dropTarget=0;fillColor=none;points=[[0,0.5],[1,0.5]];portConstraint=eastwest;fontSize=12;" parent="pricing" vertex="1">
                    <mxGeometry y="108" width="360" height="26" as="geometry"/>
                </mxCell>
                <mxCell id="pricing-r4-c" value="per_trip_fee : NUMERIC(10,2)" style="shape=partialRectangle;html=1;whiteSpace=wrap;connectable=0;strokeColor=inherit;overflow=hidden;fillColor=none;top=0;left=0;bottom=0;right=0;pointerEvents=1;align=left;spacingLeft=10;" parent="pricing-r4" vertex="1">
                    <mxGeometry width="360" height="26" as="geometry">
                        <mxRectangle width="360" height="26" as="alternateBounds"/>
                    </mxGeometry>
                </mxCell>
                <mxCell id="pricing-r5" value="" style="shape=tableRow;horizontal=0;startSize=0;swimlaneHead=0;swimlaneBody=0;strokeColor=inherit;top=0;left=0;bottom=0;right=0;collapsible=0;dropTarget=0;fillColor=none;points=[[0,0.5],[1,0.5]];portConstraint=eastwest;fontSize=12;" parent="pricing" vertex="1">
                    <mxGeometry y="134" width="360" height="26" as="geometry"/>
                </mxCell>
                <mxCell id="pricing-r5-c" value="per_school_fee : NUMERIC(10,2)" style="shape=partialRectangle;html=1;whiteSpace=wrap;connectable=0;strokeColor=inherit;overflow=hidden;fillColor=none;top=0;left=0;bottom=0;right=0;pointerEvents=1;align=left;spacingLeft=10;" parent="pricing-r5" vertex="1">
                    <mxGeometry width="360" height="26" as="geometry">
                        <mxRectangle width="360" height="26" as="alternateBounds"/>
                    </mxGeometry>
                </mxCell>
                <mxCell id="pricing-r6" value="" style="shape=tableRow;horizontal=0;startSize=0;swimlaneHead=0;swimlaneBody=0;strokeColor=inherit;top=0;left=0;bottom=0;right=0;collapsible=0;dropTarget=0;fillColor=none;points=[[0,0.5],[1,0.5]];portConstraint=eastwest;fontSize=12;" parent="pricing" vertex="1">
                    <mxGeometry y="160" width="360" height="26" as="geometry"/>
                </mxCell>
                <mxCell id="pricing-r6-c" value="created_at : TIMESTAMPTZ" style="shape=partialRectangle;html=1;whiteSpace=wrap;connectable=0;strokeColor=inherit;overflow=hidden;fillColor=none;top=0;left=0;bottom=0;right=0;pointerEvents=1;align=left;spacingLeft=10;fontColor=#666666;" parent="pricing-r6" vertex="1">
                    <mxGeometry width="360" height="26" as="geometry">
                        <mxRectangle width="360" height="26" as="alternateBounds"/>
                    </mxGeometry>
                </mxCell>
                <mxCell id="pricing-r7" value="" style="shape=tableRow;horizontal=0;startSize=0;swimlaneHead=0;swimlaneBody=0;strokeColor=inherit;top=0;left=0;bottom=0;right=0;collapsible=0;dropTarget=0;fillColor=none;points=[[0,0.5],[1,0.5]];portConstraint=eastwest;fontSize=12;" parent="pricing" vertex="1">
                    <mxGeometry y="186" width="360" height="26" as="geometry"/>
                </mxCell>
                <mxCell id="pricing-r7-c" value="updated_at : TIMESTAMPTZ" style="shape=partialRectangle;html=1;whiteSpace=wrap;connectable=0;strokeColor=inherit;overflow=hidden;fillColor=none;top=0;left=0;bottom=0;right=0;pointerEvents=1;align=left;spacingLeft=10;fontColor=#666666;" parent="pricing-r7" vertex="1">
                    <mxGeometry width="360" height="26" as="geometry">
                        <mxRectangle width="360" height="26" as="alternateBounds"/>
                    </mxGeometry>
                </mxCell>
                <mxCell id="fk-sessions-schools" style="edgeStyle=entityRelationEdgeStyle;fontSize=12;html=1;endArrow=ERone;startArrow=ERmany;rounded=0;exitX=0;exitY=0.5;exitDx=0;exitDy=0;entryX=1;entryY=0.5;entryDx=0;entryDy=0;" parent="1" source="sessions-r2" target="schools-r1" edge="1">
                    <mxGeometry relative="1" as="geometry"/>
                </mxCell>
                <mxCell id="fk-enrolments-sessions" style="edgeStyle=entityRelationEdgeStyle;fontSize=12;html=1;endArrow=ERone;startArrow=ERmany;rounded=0;exitX=0;exitY=0.5;exitDx=0;exitDy=0;entryX=1;entryY=0.5;entryDx=0;entryDy=0;" parent="1" source="enrolments-r3" target="sessions-r1" edge="1">
                    <mxGeometry relative="1" as="geometry"/>
                </mxCell>
                <mxCell id="fk-enrolments-students" style="edgeStyle=entityRelationEdgeStyle;fontSize=12;html=1;endArrow=ERone;startArrow=ERmany;rounded=0;exitX=1;exitY=0.5;exitDx=0;exitDy=0;entryX=0;entryY=0.5;entryDx=0;entryDy=0;" parent="1" source="enrolments-r2" target="students-r1" edge="1">
                    <mxGeometry relative="1" as="geometry"/>
                </mxCell>
                <mxCell id="fk-schools-caterers" style="edgeStyle=entityRelationEdgeStyle;fontSize=12;html=1;endArrow=ERone;startArrow=ERmany;rounded=0;exitX=1;exitY=0.5;exitDx=0;exitDy=0;entryX=1;entryY=0.5;entryDx=0;entryDy=0;" parent="1" source="schools-r-cat" target="caterers-r1" edge="1">
                    <mxGeometry relative="1" as="geometry">
                        <mxPoint x="20" y="300" as="sourcePoint"/>
                        <mxPoint x="340" y="420" as="targetPoint"/>
                        <Array as="points">
                            <mxPoint x="350" y="230"/>
                            <mxPoint y="370"/>
                            <mxPoint x="250" y="420"/>
                            <mxPoint x="320" y="400"/>
                            <mxPoint x="20" y="340"/>
                            <mxPoint x="80" y="350"/>
                            <mxPoint x="20" y="390"/>
                            <mxPoint x="170" y="370"/>
                            <mxPoint x="10" y="380"/>
                        </Array>
                    </mxGeometry>
                </mxCell>
                <mxCell id="fk-items-caterers" style="edgeStyle=entityRelationEdgeStyle;fontSize=12;html=1;endArrow=ERone;startArrow=ERmany;rounded=0;exitX=0;exitY=0.5;exitDx=0;exitDy=0;entryX=1;entryY=0.5;entryDx=0;entryDy=0;" parent="1" source="items-r1" target="caterers-r1" edge="1">
                    <mxGeometry relative="1" as="geometry"/>
                </mxCell>
                <mxCell id="fk-pricing-caterers" style="edgeStyle=entityRelationEdgeStyle;fontSize=12;html=1;endArrow=ERone;startArrow=ERone;rounded=0;exitX=0;exitY=0.5;exitDx=0;exitDy=0;entryX=1;entryY=0.5;entryDx=0;entryDy=0;" parent="1" source="pricing-r1" target="caterers-r1" edge="1">
                    <mxGeometry relative="1" as="geometry"/>
                </mxCell>
                <mxCell id="footer" value="• Primary keys: BIGINT GENERATED ALWAYS AS IDENTITY (composite PK on enrolments &amp; items; pricing_structures uses caterer_id as PK for 1:1)    • day_of_week: ENUM (Mon–Fri)    • dietary_tag: ENUM (&#39;GF&#39;,&#39;DF&#39;,&#39;NF&#39;,&#39;V&#39;,&#39;H&#39;)  — V = vegetarian / vegetarian option, H = halal    • FK on delete: schools/sessions/items/pricing→caterers RESTRICT, enrolments→students/sessions CASCADE, items/pricing→caterers CASCADE    • RLS disabled for now" style="text;html=1;align=left;verticalAlign=middle;fontSize=11;fontStyle=2;fontColor=#555555;" parent="1" vertex="1">
                    <mxGeometry x="40" y="800" width="1600" height="50" as="geometry"/>
                </mxCell>
            </root>
        </mxGraphModel>
    </diagram>
</mxfile>